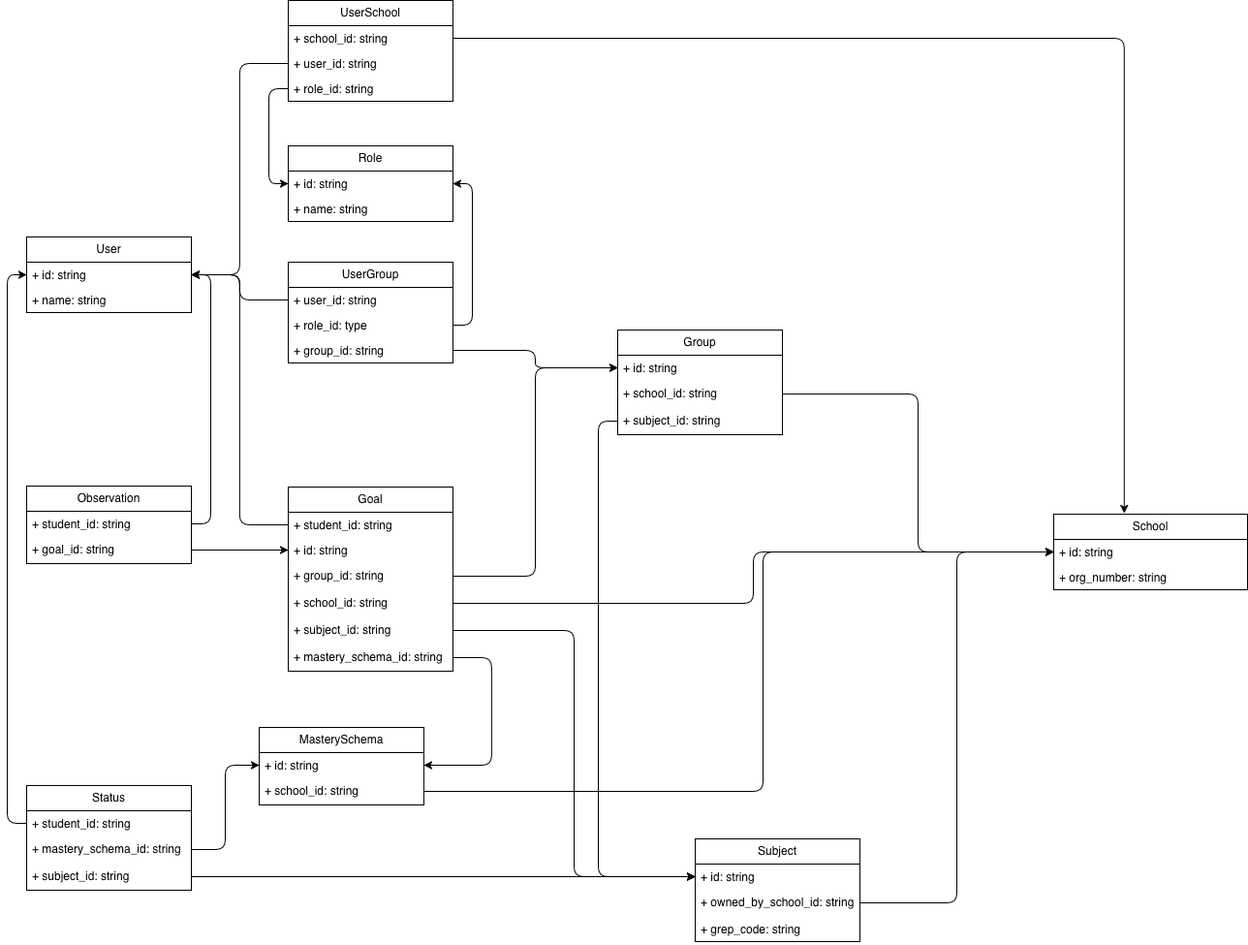
Oslo-kommune-Utdanningsetaten/mestring keeps this draw.io diagram as notes/mestring-diagram-2026-04-15.drawio.png. Above is the earlier version. Source tidied: cells renumbered, new cells last; positions are measured from the earlier drawing's top-left corner, leaving out a move shared by most shapes.
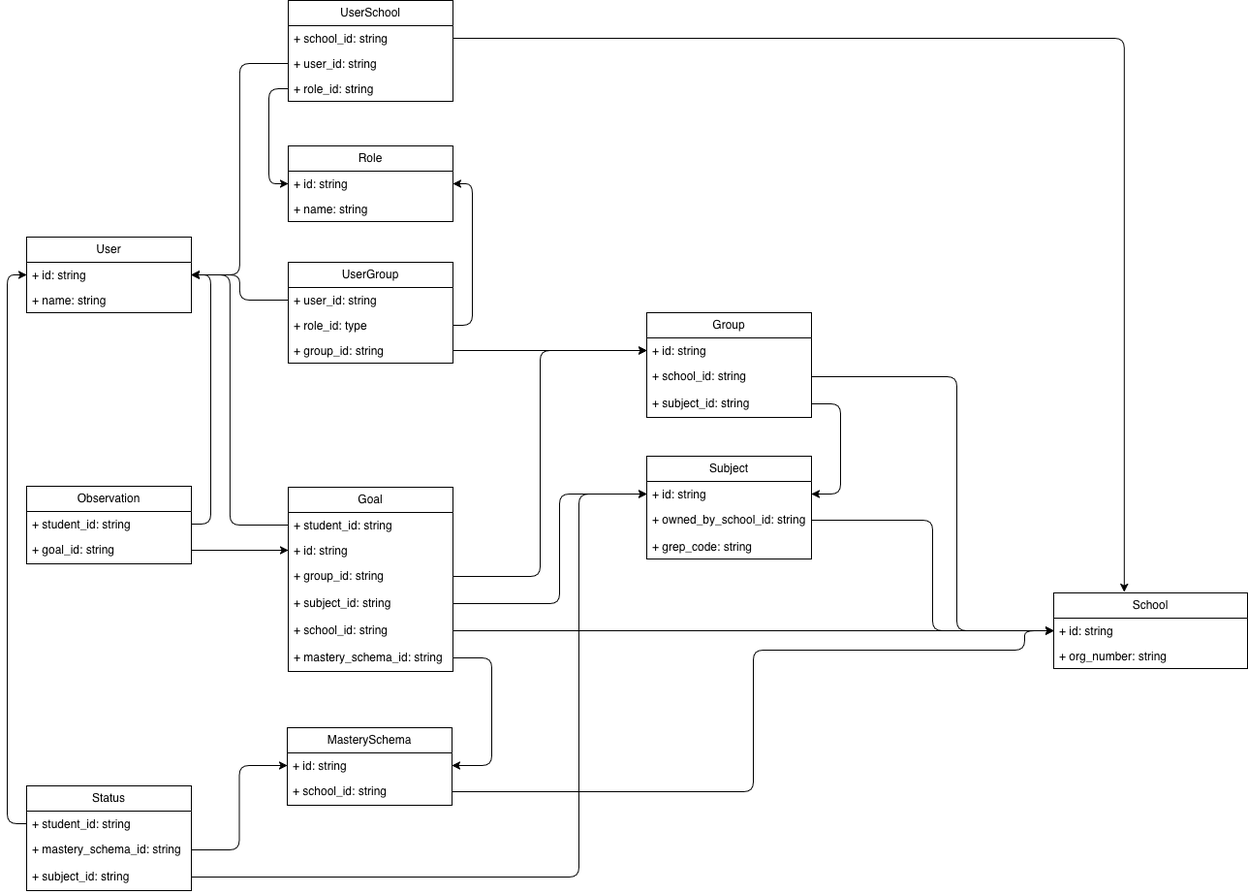
After the change.

What changed in the source:
```diff
@@ -15,7 +15,7 @@
       <mxGeometry y="78" width="170" height="26" as="geometry" />
     </mxCell>
     <mxCell id="6" value="&lt;div&gt;School&lt;/div&gt;" style="swimlane;fontStyle=0;horizontal=1;startSize=26;fillColor=none;whiteSpace=wrap;html=1;labelBackgroundColor=none;rounded=1;arcSize=0;" parent="1" vertex="1">
-      <mxGeometry x="1060" y="530" width="200" height="78" as="geometry" />
+      <mxGeometry x="1060" y="611" width="200" height="78" as="geometry" />
     </mxCell>
     <mxCell id="7" value="+ id: string" style="text;strokeColor=none;fillColor=none;align=left;verticalAlign=top;spacingLeft=4;spacingRight=4;overflow=hidden;points=[[0,0.5],[1,0.5]];portConstraint=eastwest;whiteSpace=wrap;html=1;labelBackgroundColor=none;rounded=1;" parent="6" vertex="1">
       <mxGeometry y="26" width="200" height="26" as="geometry" />
@@ -74,7 +74,7 @@
       </mxGeometry>
     </mxCell>
     <mxCell id="24" value="Group" style="swimlane;fontStyle=0;horizontal=1;startSize=26;fillColor=none;whiteSpace=wrap;html=1;labelBackgroundColor=none;rounded=1;arcSize=0;" parent="1" vertex="1">
-      <mxGeometry x="610" y="340" width="170" height="108" as="geometry" />
+      <mxGeometry x="640" y="322" width="170" height="108" as="geometry" />
     </mxCell>
     <mxCell id="25" value="+ id: string" style="text;strokeColor=none;fillColor=none;align=left;verticalAlign=top;spacingLeft=4;spacingRight=4;overflow=hidden;points=[[0,0.5],[1,0.5]];portConstraint=eastwest;whiteSpace=wrap;html=1;labelBackgroundColor=none;rounded=1;" parent="24" vertex="1">
       <mxGeometry y="26" width="170" height="26" as="geometry" />
@@ -85,11 +85,8 @@
     <mxCell id="27" value="+ subject_id: string" style="text;strokeColor=none;fillColor=none;align=left;verticalAlign=top;spacingLeft=4;spacingRight=4;overflow=hidden;points=[[0,0.5],[1,0.5]];portConstraint=eastwest;whiteSpace=wrap;html=1;labelBackgroundColor=none;rounded=1;" parent="24" vertex="1">
       <mxGeometry y="80" width="170" height="28" as="geometry" />
     </mxCell>
-    <mxCell id="28" style="edgeStyle=orthogonalEdgeStyle;rounded=1;jettySize=auto;html=1;entryX=0;entryY=0.5;entryDx=0;entryDy=0;labelBackgroundColor=none;fontColor=default;" parent="1" edge="1" source="26" target="7">
-      <mxGeometry relative="1" as="geometry" />
-    </mxCell>
     <mxCell id="29" value="Subject" style="swimlane;fontStyle=0;horizontal=1;startSize=26;fillColor=none;whiteSpace=wrap;html=1;labelBackgroundColor=none;rounded=1;arcSize=0;" parent="1" vertex="1">
-      <mxGeometry x="690" y="865" width="170" height="106" as="geometry" />
+      <mxGeometry x="640" y="470" width="170" height="106" as="geometry" />
     </mxCell>
     <mxCell id="30" value="+ id: string" style="text;strokeColor=none;fillColor=none;align=left;verticalAlign=top;spacingLeft=4;spacingRight=4;overflow=hidden;points=[[0,0.5],[1,0.5]];portConstraint=eastwest;whiteSpace=wrap;html=1;labelBackgroundColor=none;rounded=1;" parent="29" vertex="1">
       <mxGeometry y="26" width="170" height="26" as="geometry" />
@@ -100,9 +97,6 @@
     <mxCell id="32" value="+ grep_code: string" style="text;strokeColor=none;fillColor=none;align=left;verticalAlign=top;spacingLeft=4;spacingRight=4;overflow=hidden;whiteSpace=wrap;html=1;labelBackgroundColor=none;rounded=1;" parent="29" vertex="1">
       <mxGeometry y="80" width="170" height="26" as="geometry" />
     </mxCell>
-    <mxCell id="33" style="edgeStyle=orthogonalEdgeStyle;rounded=1;jettySize=auto;html=1;exitX=0;exitY=0.5;exitDx=0;exitDy=0;entryX=0;entryY=0.5;entryDx=0;entryDy=0;labelBackgroundColor=none;fontColor=default;" parent="1" edge="1" source="27" target="30">
-      <mxGeometry relative="1" as="geometry" />
-    </mxCell>
     <mxCell id="34" style="edgeStyle=orthogonalEdgeStyle;rounded=1;jettySize=auto;html=1;exitX=1;exitY=0.5;exitDx=0;exitDy=0;entryX=0;entryY=0.5;entryDx=0;entryDy=0;labelBackgroundColor=none;fontColor=default;" parent="1" edge="1" source="31" target="7">
       <mxGeometry relative="1" as="geometry" />
     </mxCell>
@@ -118,23 +112,38 @@
     <mxCell id="38" value="+ group_id: string" style="text;strokeColor=none;fillColor=none;align=left;verticalAlign=top;spacingLeft=4;spacingRight=4;overflow=hidden;points=[[0,0.5],[1,0.5]];portConstraint=eastwest;whiteSpace=wrap;html=1;labelBackgroundColor=none;rounded=1;" parent="35" vertex="1">
       <mxGeometry y="78" width="170" height="28" as="geometry" />
     </mxCell>
+    <mxCell id="40" value="+ subject_id: string" style="text;strokeColor=none;fillColor=none;align=left;verticalAlign=top;spacingLeft=4;spacingRight=4;overflow=hidden;points=[[0,0.5],[1,0.5]];portConstraint=eastwest;whiteSpace=wrap;html=1;labelBackgroundColor=none;rounded=1;" parent="35" vertex="1">
+      <mxGeometry y="106" width="170" height="28" as="geometry" />
+    </mxCell>
     <mxCell id="39" value="+ school_id: string" style="text;strokeColor=none;fillColor=none;align=left;verticalAlign=top;spacingLeft=4;spacingRight=4;overflow=hidden;points=[[0,0.5],[1,0.5]];portConstraint=eastwest;whiteSpace=wrap;html=1;labelBackgroundColor=none;rounded=1;" parent="35" vertex="1">
-      <mxGeometry y="106" width="170" height="28" as="geometry" />
+      <mxGeometry y="134" width="170" height="28" as="geometry" />
     </mxCell>
-    <mxCell id="40" value="+ subject_id: string" style="text;strokeColor=none;fillColor=none;align=left;verticalAlign=top;spacingLeft=4;spacingRight=4;overflow=hidden;points=[[0,0.5],[1,0.5]];portConstraint=eastwest;whiteSpace=wrap;html=1;labelBackgroundColor=none;rounded=1;" parent="35" vertex="1">
-      <mxGeometry y="134" width="170" height="28" as="geometry" />
-    </mxCell>
     <mxCell id="41" value="+ mastery_schema_id: string" style="text;strokeColor=none;fillColor=none;align=left;verticalAlign=top;spacingLeft=4;spacingRight=4;overflow=hidden;points=[[0,0.5],[1,0.5]];portConstraint=eastwest;whiteSpace=wrap;html=1;labelBackgroundColor=none;rounded=1;" parent="35" vertex="1">
       <mxGeometry y="162" width="170" height="28" as="geometry" />
     </mxCell>
     <mxCell id="42" style="edgeStyle=orthogonalEdgeStyle;rounded=1;jettySize=auto;html=1;entryX=0;entryY=0.5;entryDx=0;entryDy=0;labelBackgroundColor=none;fontColor=default;" parent="1" edge="1" source="40" target="30">
-      <mxGeometry relative="1" as="geometry" />
+      <mxGeometry relative="1" as="geometry">
+        <Array as="points">
+          <mxPoint x="550" y="622" />
+          <mxPoint x="550" y="509" />
+        </Array>
+      </mxGeometry>
     </mxCell>
     <mxCell id="43" style="edgeStyle=orthogonalEdgeStyle;rounded=1;jettySize=auto;html=1;entryX=1;entryY=0.5;entryDx=0;entryDy=0;labelBackgroundColor=none;fontColor=default;" parent="1" edge="1" source="36" target="16">
-      <mxGeometry relative="1" as="geometry" />
+      <mxGeometry relative="1" as="geometry">
+        <Array as="points">
+          <mxPoint x="210" y="541" />
+          <mxPoint x="210" y="283" />
+        </Array>
+      </mxGeometry>
     </mxCell>
     <mxCell id="44" style="edgeStyle=orthogonalEdgeStyle;rounded=1;jettySize=auto;html=1;entryX=0;entryY=0.5;entryDx=0;entryDy=0;labelBackgroundColor=none;fontColor=default;" parent="1" edge="1" source="38" target="25">
-      <mxGeometry relative="1" as="geometry" />
+      <mxGeometry relative="1" as="geometry">
+        <Array as="points">
+          <mxPoint x="530" y="594" />
+          <mxPoint x="530" y="361" />
+        </Array>
+      </mxGeometry>
     </mxCell>
     <mxCell id="45" style="edgeStyle=orthogonalEdgeStyle;rounded=1;jettySize=auto;html=1;labelBackgroundColor=none;fontColor=default;" parent="1" edge="1" source="5" target="25">
       <mxGeometry relative="1" as="geometry" />
@@ -160,7 +169,7 @@
       </mxGeometry>
     </mxCell>
     <mxCell id="51" value="MasterySchema" style="swimlane;fontStyle=0;horizontal=1;startSize=26;fillColor=none;whiteSpace=wrap;html=1;labelBackgroundColor=none;rounded=1;arcSize=0;" parent="1" vertex="1">
-      <mxGeometry x="240" y="750" width="170" height="80" as="geometry" />
+      <mxGeometry x="269" y="750" width="170" height="80" as="geometry" />
     </mxCell>
     <mxCell id="52" value="+ id: string" style="text;strokeColor=none;fillColor=none;align=left;verticalAlign=top;spacingLeft=4;spacingRight=4;overflow=hidden;points=[[0,0.5],[1,0.5]];portConstraint=eastwest;whiteSpace=wrap;html=1;labelBackgroundColor=none;rounded=1;" parent="51" vertex="1">
       <mxGeometry y="26" width="170" height="26" as="geometry" />
@@ -168,9 +177,6 @@
     <mxCell id="53" value="+ school_id: string" style="text;strokeColor=none;fillColor=none;align=left;verticalAlign=top;spacingLeft=4;spacingRight=4;overflow=hidden;points=[[0,0.5],[1,0.5]];portConstraint=eastwest;whiteSpace=wrap;html=1;labelBackgroundColor=none;rounded=1;" parent="51" vertex="1">
       <mxGeometry y="52" width="170" height="28" as="geometry" />
     </mxCell>
-    <mxCell id="54" style="edgeStyle=orthogonalEdgeStyle;rounded=1;jettySize=auto;html=1;entryX=0;entryY=0.5;entryDx=0;entryDy=0;labelBackgroundColor=none;fontColor=default;" parent="1" edge="1" source="39" target="7">
-      <mxGeometry relative="1" as="geometry" />
-    </mxCell>
     <mxCell id="55" style="edgeStyle=orthogonalEdgeStyle;rounded=1;jettySize=auto;html=1;labelBackgroundColor=none;fontColor=default;" parent="1" edge="1" source="41" target="52">
       <mxGeometry relative="1" as="geometry">
         <Array as="points">
@@ -179,14 +185,6 @@
         </Array>
       </mxGeometry>
     </mxCell>
-    <mxCell id="56" style="edgeStyle=orthogonalEdgeStyle;rounded=1;jettySize=auto;html=1;entryX=0;entryY=0.5;entryDx=0;entryDy=0;labelBackgroundColor=none;fontColor=default;" parent="1" edge="1" source="53" target="7">
-      <mxGeometry relative="1" as="geometry">
-        <Array as="points">
-          <mxPoint x="760" y="816" />
-          <mxPoint x="760" y="569" />
-        </Array>
-      </mxGeometry>
-    </mxCell>
     <mxCell id="57" value="Status" style="swimlane;fontStyle=0;horizontal=1;startSize=26;fillColor=none;whiteSpace=wrap;html=1;labelBackgroundColor=none;rounded=1;arcSize=0;" parent="1" vertex="1">
       <mxGeometry y="810" width="170" height="108" as="geometry" />
     </mxCell>
@@ -206,7 +204,41 @@
       <mxGeometry relative="1" as="geometry" />
     </mxCell>
     <mxCell id="63" style="edgeStyle=orthogonalEdgeStyle;rounded=1;jettySize=auto;html=1;labelBackgroundColor=none;fontColor=default;" parent="1" edge="1" source="60" target="30">
-      <mxGeometry relative="1" as="geometry" />
+      <mxGeometry relative="1" as="geometry">
+        <Array as="points">
+          <mxPoint x="570" y="904" />
+          <mxPoint x="570" y="509" />
+        </Array>
+      </mxGeometry>
     </mxCell>
+    <mxCell id="33" style="edgeStyle=orthogonalEdgeStyle;rounded=1;jettySize=auto;html=1;entryX=1;entryY=0.5;entryDx=0;entryDy=0;" parent="1" edge="1" source="27" target="30">
+      <mxGeometry relative="1" as="geometry">
+        <Array as="points">
+          <mxPoint x="840" y="416" />
+          <mxPoint x="840" y="509" />
+        </Array>
+      </mxGeometry>
+    </mxCell>
+    <mxCell id="54" style="edgeStyle=orthogonalEdgeStyle;rounded=1;jettySize=auto;html=1;" parent="1" edge="1" source="39" target="7">
+      <mxGeometry relative="1" as="geometry" />
+    </mxCell>
+    <mxCell id="56" style="edgeStyle=orthogonalEdgeStyle;rounded=1;jettySize=auto;html=1;" parent="1" edge="1" source="53" target="7">
+      <mxGeometry relative="1" as="geometry">
+        <Array as="points">
+          <mxPoint x="750" y="816" />
+          <mxPoint x="750" y="670" />
+          <mxPoint x="1030" y="670" />
+          <mxPoint x="1030" y="650" />
+        </Array>
+      </mxGeometry>
+    </mxCell>
+    <mxCell id="28" style="edgeStyle=orthogonalEdgeStyle;rounded=1;jettySize=auto;html=1;" parent="1" edge="1" source="26" target="7">
+      <mxGeometry relative="1" as="geometry">
+        <Array as="points">
+          <mxPoint x="960" y="388" />
+          <mxPoint x="960" y="650" />
+        </Array>
+      </mxGeometry>
+    </mxCell>
   </root>
 </mxGraphModel>
```
